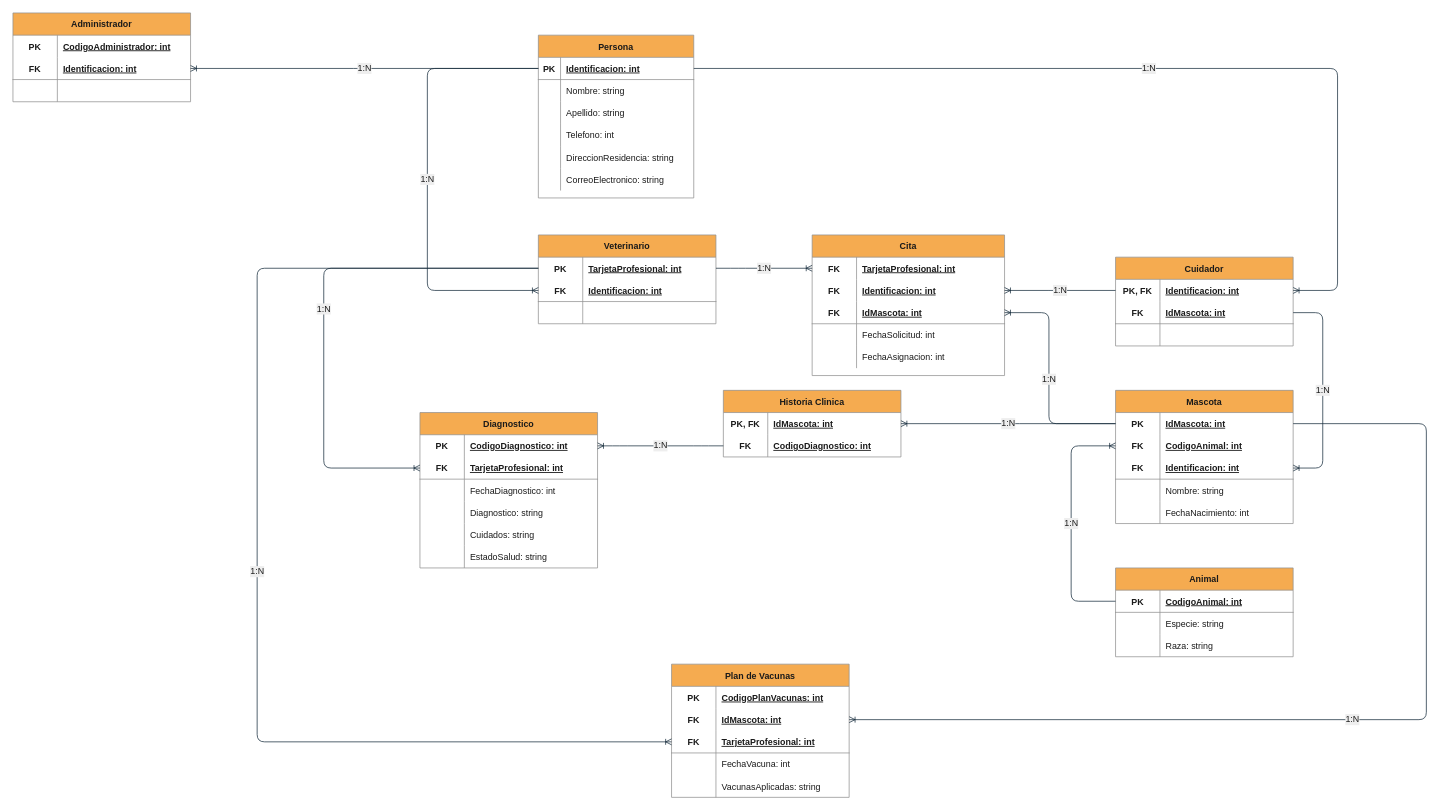
Above: page "Entidad relacion" (3 of 3) of Diagramas.drawio in juandabi/teleVeterinaria (draw.io), before the change. Source tidied: cells renumbered, new cells numbered last; positions are measured from the earlier drawing's top-left corner, leaving out a move shared by most shapes. Both pictures are drawn from the tidied source at 74%, with x=0, y=0 at pixel (13, 13).
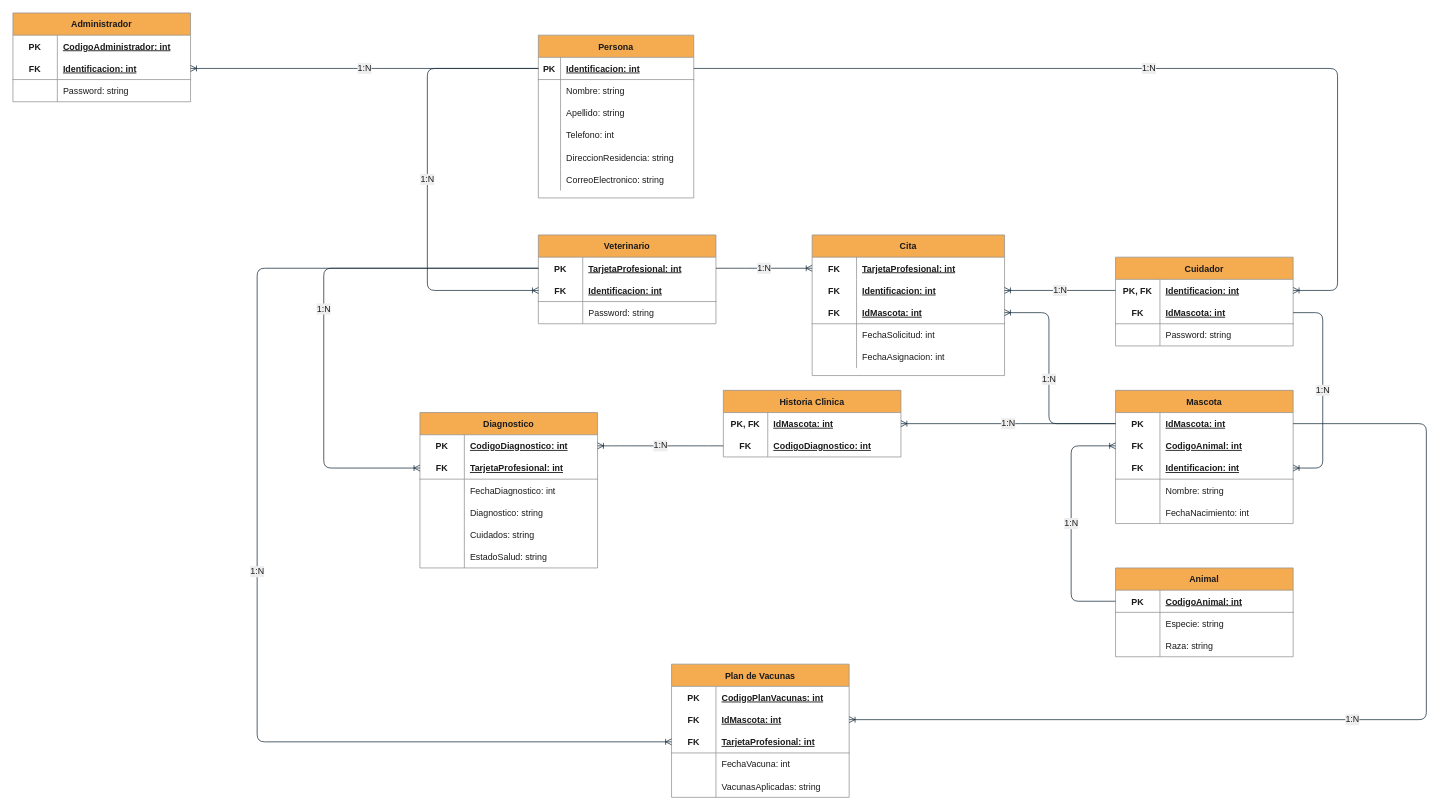
Above is the later version.

Commit message:
se agrega el atributo password a todos los usuarios

Unchanged cells that the change refers to:
```xml
<mxCell id="28" style="shape=partialRectangle;fillColor=none;top=0;left=0;bottom=0;right=0;strokeColor=#909090;fontColor=#1A1A1A;" parent="21" vertex="1">
  <mxGeometry y="90" width="240" height="30" as="geometry" />
</mxCell>
<mxCell id="38" style="shape=partialRectangle;fillColor=none;top=0;left=0;bottom=0;right=0;strokeColor=#909090;fontColor=#1A1A1A;" parent="31" vertex="1">
  <mxGeometry y="90" width="240" height="30" as="geometry" />
</mxCell>
<mxCell id="48" style="shape=partialRectangle;fillColor=none;top=0;left=0;bottom=0;right=0;strokeColor=#909090;fontColor=#1A1A1A;" parent="41" vertex="1">
  <mxGeometry y="90" width="240" height="30" as="geometry" />
</mxCell>
```

The edit, as a diff of the source:
```diff
@@
-    <mxCell id="30" style="shape=partialRectangle;fillColor=none;top=0;left=0;bottom=0;right=0;align=left;spacingLeft=6;overflow=hidden;strokeColor=#909090;fontColor=#1A1A1A;" parent="28" vertex="1">
+    <mxCell id="30" value="Password: string" style="shape=partialRectangle;fillColor=none;top=0;left=0;bottom=0;right=0;align=left;spacingLeft=6;overflow=hidden;strokeColor=#909090;fontColor=#1A1A1A;" parent="28" vertex="1">
       <mxGeometry x="60" width="180" height="30" as="geometry" />
     </mxCell>
@@
-    <mxCell id="40" style="shape=partialRectangle;fillColor=none;top=0;left=0;bottom=0;right=0;align=left;spacingLeft=6;overflow=hidden;strokeColor=#909090;fontColor=#1A1A1A;" parent="38" vertex="1">
+    <mxCell id="40" value="Password: string" style="shape=partialRectangle;fillColor=none;top=0;left=0;bottom=0;right=0;align=left;spacingLeft=6;overflow=hidden;strokeColor=#909090;fontColor=#1A1A1A;" parent="38" vertex="1">
       <mxGeometry x="60" width="180" height="30" as="geometry" />
     </mxCell>
@@
-    <mxCell id="50" style="shape=partialRectangle;fillColor=none;top=0;left=0;bottom=0;right=0;align=left;spacingLeft=6;overflow=hidden;strokeColor=#909090;fontColor=#1A1A1A;" parent="48" vertex="1">
+    <mxCell id="50" value="Password: string" style="shape=partialRectangle;fillColor=none;top=0;left=0;bottom=0;right=0;align=left;spacingLeft=6;overflow=hidden;strokeColor=#909090;fontColor=#1A1A1A;" parent="48" vertex="1">
       <mxGeometry x="60" width="180" height="30" as="geometry" />
     </mxCell>
```
